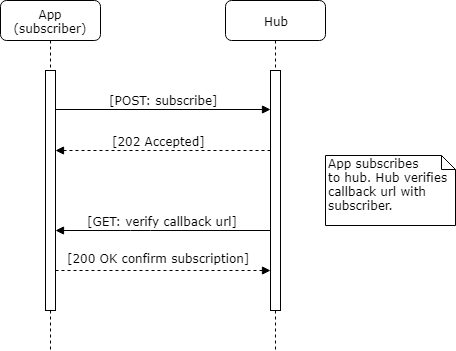
Before: docs/img/Successful Subscription Sequence.png, a diagram exported from draw.io (HL7/fhircast-docs). Source tidied: cells renumbered, new cells last; positions are measured from the earlier drawing's top-left corner, leaving out a move shared by most shapes.
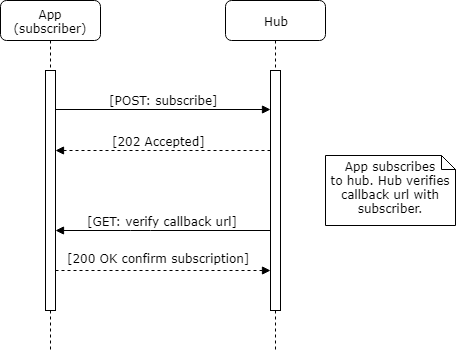
After the commit.

Commit message:
Update successful sequence

Diff of the diagram source:
```diff
@@ -50,7 +50,7 @@
         </Array>
       </mxGeometry>
     </mxCell>
-    <mxCell id="10" value="App subscribes&lt;br&gt;to hub. Hub verifies callback url with subscriber." style="shape=note;whiteSpace=wrap;html=1;size=14;verticalAlign=top;align=left;spacingTop=-6;rounded=0;shadow=0;comic=0;labelBackgroundColor=none;strokeColor=#000000;strokeWidth=1;fillColor=#FFFFFF;fontFamily=Verdana;fontSize=12;fontColor=#000000;" parent="1" vertex="1">
+    <mxCell id="10" value="App subscribes&lt;br&gt;to hub. Hub verifies callback url with subscriber." style="shape=note;whiteSpace=wrap;html=1;size=14;verticalAlign=middle;align=center;spacingTop=-6;rounded=0;shadow=0;comic=0;labelBackgroundColor=none;strokeColor=#000000;strokeWidth=1;fillColor=#FFFFFF;fontFamily=Verdana;fontSize=12;fontColor=#000000;" parent="1" vertex="1">
       <mxGeometry x="325" y="155" width="130" height="70" as="geometry" />
     </mxCell>
   </root>
```
